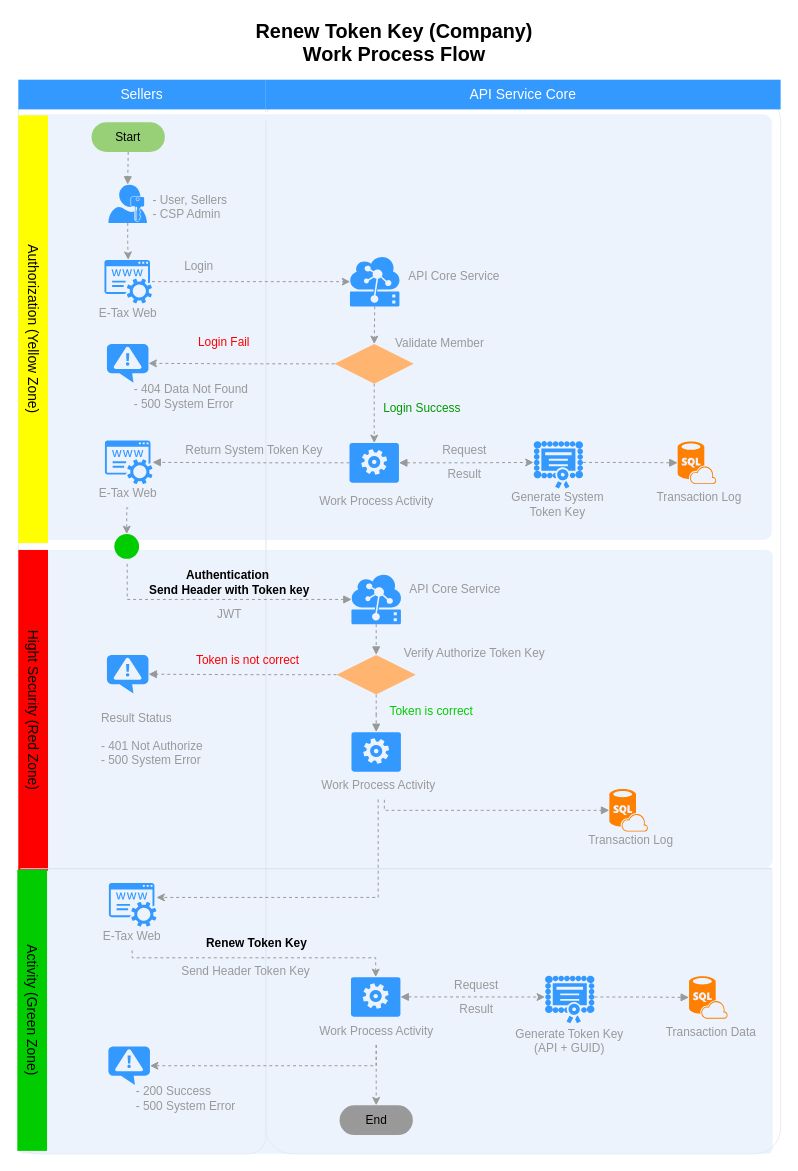
Before: Register Renew Token-Key.drawio in nirawat/eTax, a draw.io diagram. Source tidied: cells renumbered, new cells numbered last; positions are measured from the earlier drawing's top-left corner, leaving out a move shared by most shapes. Both pictures are drawn from the tidied source at 99%, with x=0, y=0 at pixel (-181, 17).
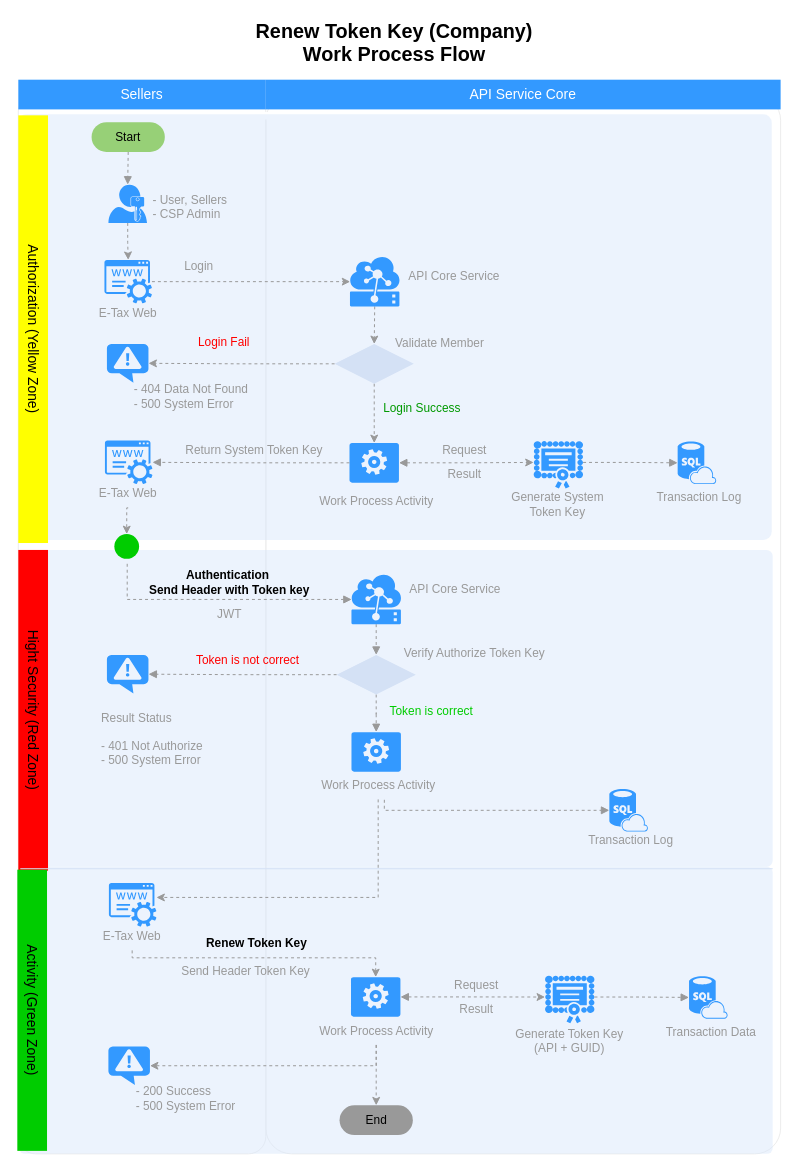
Above is the later version.

Unchanged cells that the change refers to:
```xml
<mxCell id="17" style="group;" parent="16" vertex="1">
  <mxGeometry width="108" height="79" as="geometry" />
</mxCell>
<mxCell id="98" style="group;" parent="1" vertex="1">
  <mxGeometry x="766" y="779.5" width="108" height="71" as="geometry" />
</mxCell>
```

Change to the diagram source:
```diff
@@
-    <mxCell id="19" style="verticalLabelPosition=bottom;html=1;verticalAlign=top;align=center;strokeColor=none;fillColor=#FF8000;shape=mxgraph.azure.sql_database_sql_azure;fontSize=12;fontColor=#999999;" parent="17" vertex="1">
+    <mxCell id="19" style="verticalLabelPosition=bottom;html=1;verticalAlign=top;align=center;strokeColor=none;fillColor=#3399FF;shape=mxgraph.azure.sql_database_sql_azure;fontSize=12;fontColor=#999999;" parent="17" vertex="1">
       <mxGeometry x="31" y="10" width="39" height="43" as="geometry" />
     </mxCell>
@@
-    <mxCell id="45" style="rhombus;whiteSpace=wrap;html=1;strokeColor=none;strokeWidth=1;fillColor=#FFB570;fontSize=12;fontColor=#999999;align=left;" parent="1" vertex="1">
+    <mxCell id="45" style="rhombus;whiteSpace=wrap;html=1;strokeColor=none;strokeWidth=1;fillColor=#D4E1F5;fontSize=12;fontColor=#999999;align=left;" parent="1" vertex="1">
       <mxGeometry x="522.5" y="644" width="80" height="40" as="geometry" />
     </mxCell>
@@
-    <mxCell id="65" style="rhombus;whiteSpace=wrap;html=1;strokeColor=none;strokeWidth=1;fillColor=#FFB570;fontSize=12;fontColor=#999999;align=left;" parent="1" vertex="1">
+    <mxCell id="65" style="rhombus;whiteSpace=wrap;html=1;strokeColor=none;strokeWidth=1;fillColor=#D4E1F5;fontSize=12;fontColor=#999999;align=left;" parent="1" vertex="1">
       <mxGeometry x="520.5" y="330" width="80" height="40" as="geometry" />
     </mxCell>
@@
-    <mxCell id="85" style="verticalLabelPosition=bottom;html=1;verticalAlign=top;align=center;strokeColor=none;fillColor=#FF8000;shape=mxgraph.azure.sql_database_sql_azure;fontSize=12;fontColor=#999999;" parent="1" vertex="1">
+    <mxCell id="85" style="verticalLabelPosition=bottom;html=1;verticalAlign=top;align=center;strokeColor=none;fillColor=#3399FF;shape=mxgraph.azure.sql_database_sql_azure;fontSize=12;fontColor=#999999;" parent="1" vertex="1">
       <mxGeometry x="878.5" y="968.5" width="39" height="43" as="geometry" />
     </mxCell>
@@
-    <mxCell id="100" style="verticalLabelPosition=bottom;html=1;verticalAlign=top;align=center;strokeColor=none;fillColor=#FF8000;shape=mxgraph.azure.sql_database_sql_azure;fontSize=12;fontColor=#999999;" parent="98" vertex="1">
+    <mxCell id="100" style="verticalLabelPosition=bottom;html=1;verticalAlign=top;align=center;strokeColor=none;fillColor=#3399FF;shape=mxgraph.azure.sql_database_sql_azure;fontSize=12;fontColor=#999999;" parent="98" vertex="1">
       <mxGeometry x="32" width="39" height="43" as="geometry" />
     </mxCell>
```
